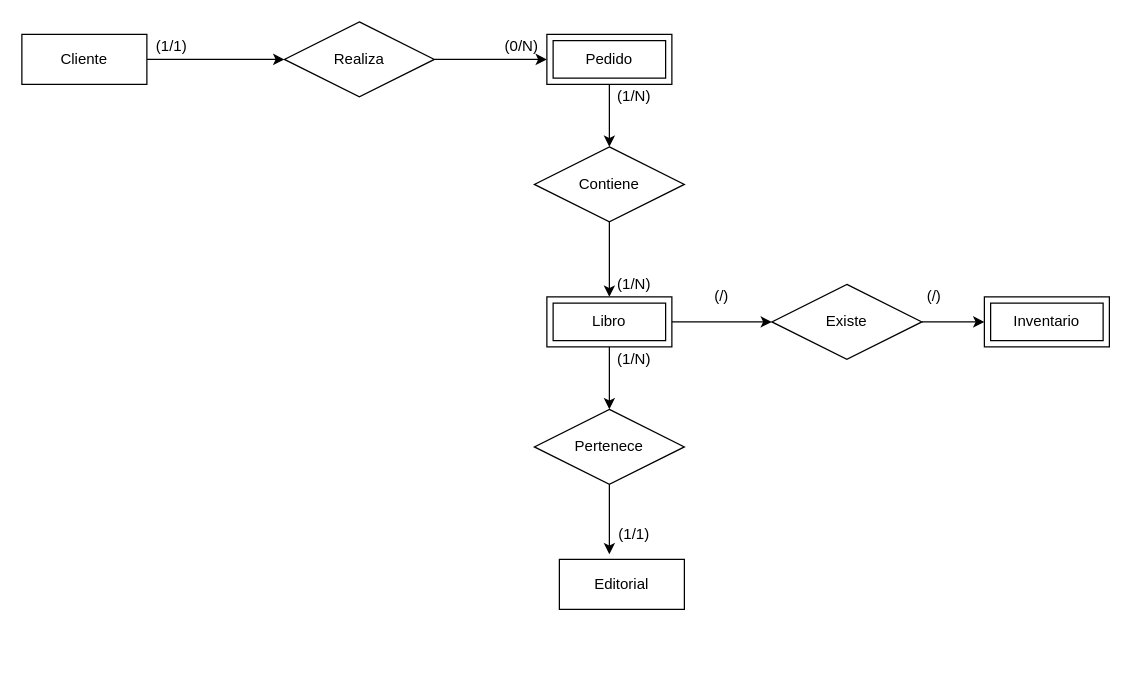
The draw.io diagram Diagrama id entidades.drawio in maximo-he/Modelado-de-base-de-datos, before the edit. Source tidied: cells renumbered, new cells numbered last; positions are measured from the earlier drawing's top-left corner, leaving out a move shared by most shapes. Both pictures are drawn from the tidied source at 125%, with x=0, y=0 at pixel (21, 21).
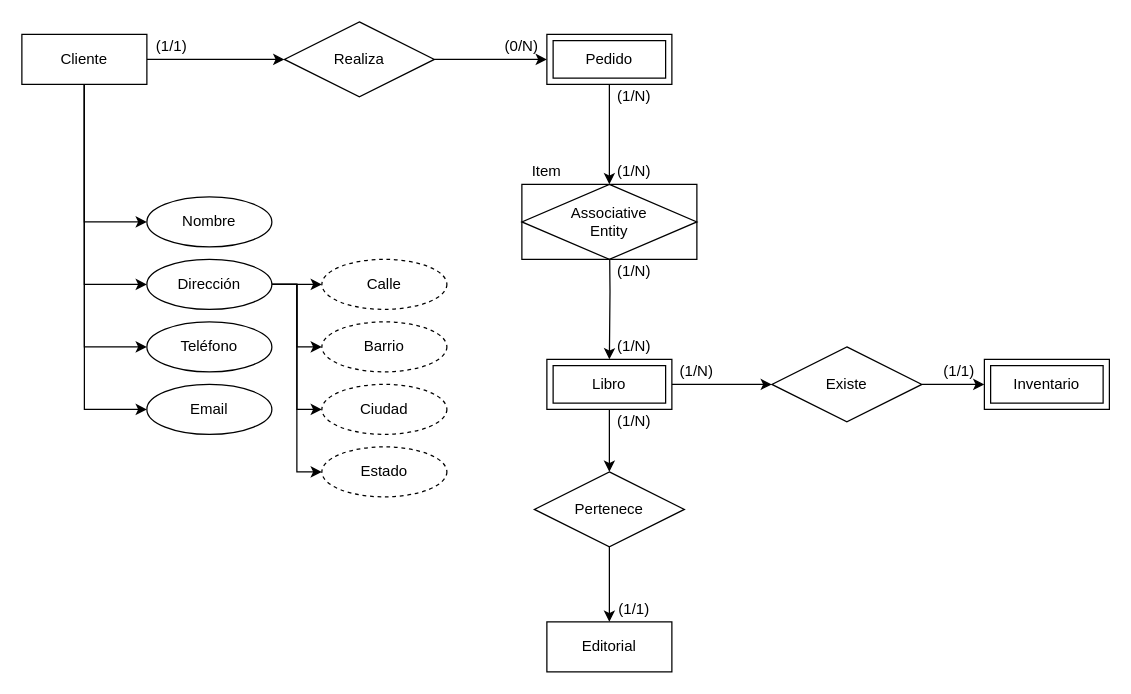
After the change.

Unchanged cells that the change refers to:
```xml
<mxCell id="3" value="Cliente" style="whiteSpace=wrap;html=1;align=center;" parent="1" vertex="1">
  <mxGeometry y="10" width="100" height="40" as="geometry" />
</mxCell>
<mxCell id="5" value="Pedido" style="shape=ext;margin=3;double=1;whiteSpace=wrap;html=1;align=center;" parent="1" vertex="1">
  <mxGeometry x="420" y="10" width="100" height="40" as="geometry" />
</mxCell>
```

Change to the diagram source:
```diff
@@
+    <mxCell id="27" style="edgeStyle=orthogonalEdgeStyle;rounded=0;jettySize=auto;html=1;exitX=0.5;exitY=1;exitDx=0;exitDy=0;entryX=0;entryY=0.5;entryDx=0;entryDy=0;" parent="1" edge="1" source="3" target="41">
+      <mxGeometry relative="1" as="geometry" />
+    </mxCell>
+    <mxCell id="28" style="edgeStyle=orthogonalEdgeStyle;rounded=0;jettySize=auto;html=1;exitX=0.5;exitY=1;exitDx=0;exitDy=0;entryX=0;entryY=0.5;entryDx=0;entryDy=0;" parent="1" edge="1" source="3" target="42">
+      <mxGeometry relative="1" as="geometry" />
+    </mxCell>
+    <mxCell id="29" style="edgeStyle=orthogonalEdgeStyle;rounded=0;jettySize=auto;html=1;exitX=0.5;exitY=1;exitDx=0;exitDy=0;entryX=0;entryY=0.5;entryDx=0;entryDy=0;" parent="1" edge="1" source="3" target="43">
+      <mxGeometry relative="1" as="geometry" />
+    </mxCell>
+    <mxCell id="30" style="edgeStyle=orthogonalEdgeStyle;rounded=0;jettySize=auto;html=1;exitX=0.5;exitY=1;exitDx=0;exitDy=0;entryX=0;entryY=0.5;entryDx=0;entryDy=0;" parent="1" edge="1" source="3" target="36">
+      <mxGeometry relative="1" as="geometry" />
+    </mxCell>
@@
-    <mxCell id="4" style="edgeStyle=orthogonalEdgeStyle;rounded=0;jettySize=auto;html=1;exitX=0.5;exitY=1;exitDx=0;exitDy=0;entryX=0.5;entryY=0;entryDx=0;entryDy=0;" parent="1" edge="1" source="5" target="22">
-      <mxGeometry relative="1" as="geometry" />
-    </mxCell>
+    <mxCell id="31" style="edgeStyle=orthogonalEdgeStyle;rounded=0;jettySize=auto;html=1;exitX=0.5;exitY=1;exitDx=0;exitDy=0;entryX=0.5;entryY=0;entryDx=0;entryDy=0;" parent="1" edge="1" source="5" target="32">
+      <mxGeometry relative="1" as="geometry" />
+    </mxCell>
@@
     <mxCell id="6" value="Editorial" style="whiteSpace=wrap;html=1;align=center;" parent="1" vertex="1">
-      <mxGeometry x="430" y="430" width="100" height="40" as="geometry" />
+      <mxGeometry x="420" y="480" width="100" height="40" as="geometry" />
     </mxCell>
     <mxCell id="7" value="Inventario" style="shape=ext;margin=3;double=1;whiteSpace=wrap;html=1;align=center;" parent="1" vertex="1">
-      <mxGeometry x="770" y="220" width="100" height="40" as="geometry" />
+      <mxGeometry x="770" y="270" width="100" height="40" as="geometry" />
     </mxCell>
@@
     <mxCell id="10" value="Libro" style="shape=ext;margin=3;double=1;whiteSpace=wrap;html=1;align=center;" parent="1" vertex="1">
-      <mxGeometry x="420" y="220" width="100" height="40" as="geometry" />
+      <mxGeometry x="420" y="270" width="100" height="40" as="geometry" />
     </mxCell>
@@
     <mxCell id="16" value="(1/N)" style="text;html=1;align=center;verticalAlign=middle;whiteSpace=wrap;rounded=0;" parent="1" vertex="1">
-      <mxGeometry x="470" y="200" width="40" height="20" as="geometry" />
+      <mxGeometry x="470" y="250" width="40" height="20" as="geometry" />
     </mxCell>
     <mxCell id="17" value="(1/N)" style="text;html=1;align=center;verticalAlign=middle;whiteSpace=wrap;rounded=0;" parent="1" vertex="1">
-      <mxGeometry x="470" y="260" width="40" height="20" as="geometry" />
+      <mxGeometry x="470" y="310" width="40" height="20" as="geometry" />
     </mxCell>
     <mxCell id="18" value="(1/1)" style="text;html=1;align=center;verticalAlign=middle;whiteSpace=wrap;rounded=0;" parent="1" vertex="1">
-      <mxGeometry x="470" y="400" width="40" height="20" as="geometry" />
+      <mxGeometry x="470" y="460" width="40" height="20" as="geometry" />
     </mxCell>
-    <mxCell id="19" value="(/)" style="text;html=1;align=center;verticalAlign=middle;whiteSpace=wrap;rounded=0;" parent="1" vertex="1">
-      <mxGeometry x="540" y="210" width="40" height="20" as="geometry" />
+    <mxCell id="19" value="(1/N)" style="text;html=1;align=center;verticalAlign=middle;whiteSpace=wrap;rounded=0;" parent="1" vertex="1">
+      <mxGeometry x="520" y="270" width="40" height="20" as="geometry" />
     </mxCell>
-    <mxCell id="20" value="(/)" style="text;html=1;align=center;verticalAlign=middle;whiteSpace=wrap;rounded=0;" parent="1" vertex="1">
-      <mxGeometry x="710" y="210" width="40" height="20" as="geometry" />
+    <mxCell id="20" value="(1/1)" style="text;html=1;align=center;verticalAlign=middle;whiteSpace=wrap;rounded=0;" parent="1" vertex="1">
+      <mxGeometry x="730" y="270" width="40" height="20" as="geometry" />
     </mxCell>
-    <mxCell id="21" style="edgeStyle=orthogonalEdgeStyle;rounded=0;jettySize=auto;html=1;exitX=0.5;exitY=1;exitDx=0;exitDy=0;entryX=0.5;entryY=0;entryDx=0;entryDy=0;" parent="1" edge="1" source="22" target="10">
-      <mxGeometry relative="1" as="geometry" />
+    <mxCell id="21" style="edgeStyle=orthogonalEdgeStyle;rounded=0;jettySize=auto;html=1;exitX=0.5;exitY=1;exitDx=0;exitDy=0;entryX=0.5;entryY=0;entryDx=0;entryDy=0;" parent="1" edge="1" target="10">
+      <mxGeometry relative="1" as="geometry">
+        <mxPoint x="470" y="160" as="sourcePoint" />
+      </mxGeometry>
     </mxCell>
-    <mxCell id="22" value="Contiene" style="shape=rhombus;perimeter=rhombusPerimeter;whiteSpace=wrap;html=1;align=center;" parent="1" vertex="1">
-      <mxGeometry x="410" y="100" width="120" height="60" as="geometry" />
-    </mxCell>
+    <mxCell id="26" style="edgeStyle=orthogonalEdgeStyle;rounded=0;jettySize=auto;html=1;exitX=0.5;exitY=1;exitDx=0;exitDy=0;entryX=0.5;entryY=0;entryDx=0;entryDy=0;" parent="1" edge="1" source="23" target="6">
+      <mxGeometry relative="1" as="geometry" />
+    </mxCell>
     <mxCell id="23" value="Pertenece" style="shape=rhombus;perimeter=rhombusPerimeter;whiteSpace=wrap;html=1;align=center;" parent="1" vertex="1">
-      <mxGeometry x="410" y="310" width="120" height="60" as="geometry" />
+      <mxGeometry x="410" y="360" width="120" height="60" as="geometry" />
     </mxCell>
@@
     <mxCell id="25" value="Existe" style="shape=rhombus;perimeter=rhombusPerimeter;whiteSpace=wrap;html=1;align=center;" parent="1" vertex="1">
-      <mxGeometry x="600" y="210" width="120" height="60" as="geometry" />
+      <mxGeometry x="600" y="260" width="120" height="60" as="geometry" />
     </mxCell>
-    <mxCell id="26" style="edgeStyle=orthogonalEdgeStyle;rounded=0;jettySize=auto;html=1;exitX=0.5;exitY=1;exitDx=0;exitDy=0;entryX=0.4;entryY=-0.1;entryDx=0;entryDy=0;entryPerimeter=0;" parent="1" edge="1" source="23" target="6">
-      <mxGeometry relative="1" as="geometry" />
-    </mxCell>
+    <mxCell id="32" value="Associative&#10;Entity" style="shape=associativeEntity;whiteSpace=wrap;html=1;align=center;" parent="1" vertex="1">
+      <mxGeometry x="400" y="130" width="140" height="60" as="geometry" />
+    </mxCell>
+    <mxCell id="33" value="(1/N&lt;span style=&quot;background-color: transparent; color: light-dark(rgb(0, 0, 0), rgb(255, 255, 255));&quot;&gt;)&lt;/span&gt;" style="text;html=1;align=center;verticalAlign=middle;whiteSpace=wrap;rounded=0;" parent="1" vertex="1">
+      <mxGeometry x="470" y="110" width="40" height="20" as="geometry" />
+    </mxCell>
+    <mxCell id="34" value="(1/N)" style="text;html=1;align=center;verticalAlign=middle;whiteSpace=wrap;rounded=0;" parent="1" vertex="1">
+      <mxGeometry x="470" y="190" width="40" height="20" as="geometry" />
+    </mxCell>
+    <mxCell id="35" value="Item" style="text;html=1;align=center;verticalAlign=middle;whiteSpace=wrap;rounded=0;" parent="1" vertex="1">
+      <mxGeometry x="400" y="110" width="40" height="20" as="geometry" />
+    </mxCell>
+    <mxCell id="36" value="Nombre" style="ellipse;whiteSpace=wrap;html=1;align=center;" parent="1" vertex="1">
+      <mxGeometry x="100" y="140" width="100" height="40" as="geometry" />
+    </mxCell>
+    <mxCell id="37" style="edgeStyle=orthogonalEdgeStyle;rounded=0;jettySize=auto;html=1;exitX=1;exitY=0.5;exitDx=0;exitDy=0;entryX=0;entryY=0.5;entryDx=0;entryDy=0;" parent="1" edge="1" source="41" target="44">
+      <mxGeometry relative="1" as="geometry" />
+    </mxCell>
+    <mxCell id="38" style="edgeStyle=orthogonalEdgeStyle;rounded=0;jettySize=auto;html=1;exitX=1;exitY=0.5;exitDx=0;exitDy=0;entryX=0;entryY=0.5;entryDx=0;entryDy=0;" parent="1" edge="1" source="41" target="45">
+      <mxGeometry relative="1" as="geometry" />
+    </mxCell>
+    <mxCell id="39" style="edgeStyle=orthogonalEdgeStyle;rounded=0;jettySize=auto;html=1;exitX=1;exitY=0.5;exitDx=0;exitDy=0;entryX=0;entryY=0.5;entryDx=0;entryDy=0;" parent="1" edge="1" source="41" target="46">
+      <mxGeometry relative="1" as="geometry" />
+    </mxCell>
+    <mxCell id="40" style="edgeStyle=orthogonalEdgeStyle;rounded=0;jettySize=auto;html=1;exitX=1;exitY=0.5;exitDx=0;exitDy=0;entryX=0;entryY=0.5;entryDx=0;entryDy=0;" parent="1" edge="1" source="41" target="47">
+      <mxGeometry relative="1" as="geometry" />
+    </mxCell>
+    <mxCell id="41" value="Dirección" style="ellipse;whiteSpace=wrap;html=1;align=center;" parent="1" vertex="1">
+      <mxGeometry x="100" y="190" width="100" height="40" as="geometry" />
+    </mxCell>
+    <mxCell id="42" value="Teléfono" style="ellipse;whiteSpace=wrap;html=1;align=center;" parent="1" vertex="1">
+      <mxGeometry x="100" y="240" width="100" height="40" as="geometry" />
+    </mxCell>
+    <mxCell id="43" value="Email" style="ellipse;whiteSpace=wrap;html=1;align=center;" parent="1" vertex="1">
+      <mxGeometry x="100" y="290" width="100" height="40" as="geometry" />
+    </mxCell>
+    <mxCell id="44" value="Calle" style="ellipse;whiteSpace=wrap;html=1;align=center;dashed=1;" parent="1" vertex="1">
+      <mxGeometry x="240" y="190" width="100" height="40" as="geometry" />
+    </mxCell>
+    <mxCell id="45" value="Barrio" style="ellipse;whiteSpace=wrap;html=1;align=center;dashed=1;" parent="1" vertex="1">
+      <mxGeometry x="240" y="240" width="100" height="40" as="geometry" />
+    </mxCell>
+    <mxCell id="46" value="Ciudad" style="ellipse;whiteSpace=wrap;html=1;align=center;dashed=1;" parent="1" vertex="1">
+      <mxGeometry x="240" y="290" width="100" height="40" as="geometry" />
+    </mxCell>
+    <mxCell id="47" value="Estado" style="ellipse;whiteSpace=wrap;html=1;align=center;dashed=1;" parent="1" vertex="1">
+      <mxGeometry x="240" y="340" width="100" height="40" as="geometry" />
+    </mxCell>
```
